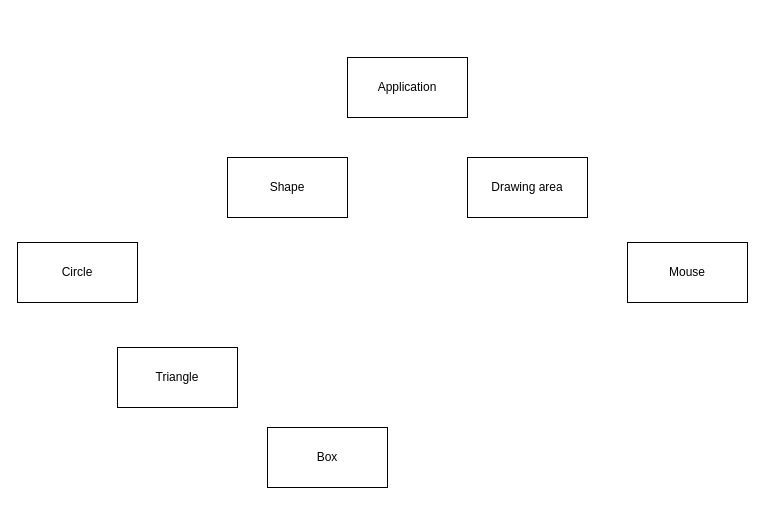
Before: Cse4361_HW1.drawio in VoHoAnhTuan/Diagrams, a draw.io diagram. Source tidied: cells renumbered, new cells numbered last; positions are measured from the earlier drawing's top-left corner, leaving out a move shared by most shapes. Both pictures are drawn from the tidied source at 100%, with x=0, y=0 at pixel (17, 57).
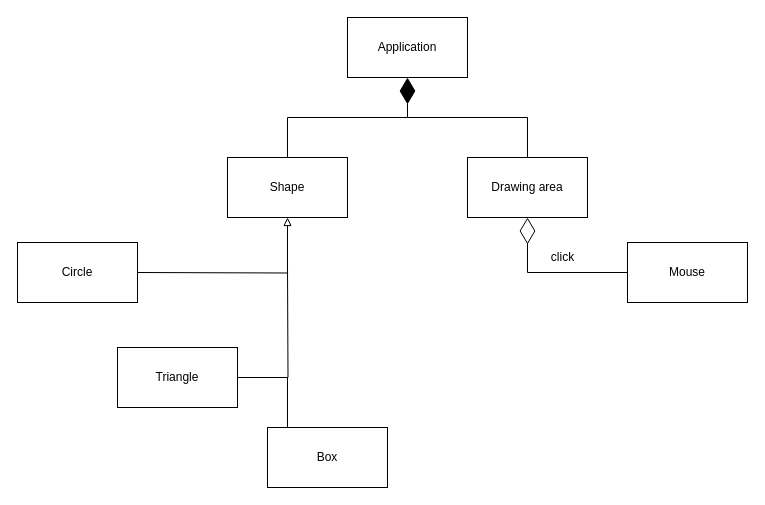
The same diagram, later.

Diff of the diagram source:
```diff
@@
 <mxGraphModel>
   <root>
     <mxCell id="0" />
     <mxCell id="1" parent="0" />
     <mxCell id="2" value="Application" style="rounded=0;whiteSpace=wrap;html=1;" parent="1" vertex="1">
-      <mxGeometry x="330" width="120" height="60" as="geometry" />
+      <mxGeometry x="330" y="-40" width="120" height="60" as="geometry" />
     </mxCell>
+    <mxCell id="9" style="edgeStyle=orthogonalEdgeStyle;rounded=0;jettySize=auto;html=1;exitX=0.5;exitY=0;exitDx=0;exitDy=0;endArrow=none;endFill=0;" parent="1" edge="1" source="3">
+      <mxGeometry relative="1" as="geometry">
+        <mxPoint x="390" y="60" as="targetPoint" />
+        <Array as="points">
+          <mxPoint x="510" y="60" />
+        </Array>
+      </mxGeometry>
+    </mxCell>
     <mxCell id="3" value="Drawing area" style="rounded=0;whiteSpace=wrap;html=1;" parent="1" vertex="1">
       <mxGeometry x="450" y="100" width="120" height="60" as="geometry" />
     </mxCell>
     <mxCell id="4" value="Shape" style="rounded=0;whiteSpace=wrap;html=1;" parent="1" vertex="1">
       <mxGeometry x="210" y="100" width="120" height="60" as="geometry" />
     </mxCell>
     <mxCell id="5" value="Box" style="rounded=0;whiteSpace=wrap;html=1;" parent="1" vertex="1">
       <mxGeometry x="250" y="370" width="120" height="60" as="geometry" />
     </mxCell>
     <mxCell id="6" value="Triangle" style="rounded=0;whiteSpace=wrap;html=1;" parent="1" vertex="1">
       <mxGeometry x="100" y="290" width="120" height="60" as="geometry" />
     </mxCell>
     <mxCell id="7" value="Circle" style="rounded=0;whiteSpace=wrap;html=1;" parent="1" vertex="1">
       <mxGeometry y="185" width="120" height="60" as="geometry" />
     </mxCell>
     <mxCell id="8" value="Mouse" style="rounded=0;whiteSpace=wrap;html=1;" parent="1" vertex="1">
       <mxGeometry x="610" y="185" width="120" height="60" as="geometry" />
     </mxCell>
+    <mxCell id="10" style="endArrow=block;endFill=0;html=1;edgeStyle=orthogonalEdgeStyle;align=left;verticalAlign=top;rounded=0;entryX=0.5;entryY=1;entryDx=0;entryDy=0;" parent="1" edge="1" target="4">
+      <mxGeometry x="-1" relative="1" as="geometry">
+        <mxPoint x="120" y="215" as="sourcePoint" />
+      </mxGeometry>
+    </mxCell>
+    <mxCell id="11" style="endArrow=none;html=1;rounded=0;edgeStyle=orthogonalEdgeStyle;exitX=1;exitY=0.5;exitDx=0;exitDy=0;" parent="1" edge="1" source="6">
+      <mxGeometry relative="1" as="geometry">
+        <mxPoint x="270" y="210" as="targetPoint" />
+      </mxGeometry>
+    </mxCell>
+    <mxCell id="12" style="endArrow=none;html=1;rounded=0;" parent="1" edge="1">
+      <mxGeometry relative="1" as="geometry">
+        <mxPoint x="270" y="370" as="sourcePoint" />
+        <mxPoint x="270" y="320" as="targetPoint" />
+      </mxGeometry>
+    </mxCell>
+    <mxCell id="13" style="endArrow=diamondThin;endFill=1;endSize=24;html=1;rounded=0;entryX=0.5;entryY=1;entryDx=0;entryDy=0;exitX=0.5;exitY=0;exitDx=0;exitDy=0;edgeStyle=orthogonalEdgeStyle;" parent="1" edge="1" source="4" target="2">
+      <mxGeometry relative="1" as="geometry" />
+    </mxCell>
+    <mxCell id="14" style="endArrow=diamondThin;endFill=0;endSize=24;html=1;rounded=0;entryX=0.5;entryY=1;entryDx=0;entryDy=0;exitX=0;exitY=0.5;exitDx=0;exitDy=0;edgeStyle=orthogonalEdgeStyle;" parent="1" edge="1" source="8" target="3">
+      <mxGeometry relative="1" as="geometry" />
+    </mxCell>
+    <mxCell id="15" value="click" style="text;html=1;align=center;verticalAlign=middle;strokeColor=none;fillColor=none;" parent="1" vertex="1">
+      <mxGeometry x="520" y="185" width="50" height="30" as="geometry" />
+    </mxCell>
   </root>
 </mxGraphModel>
```
